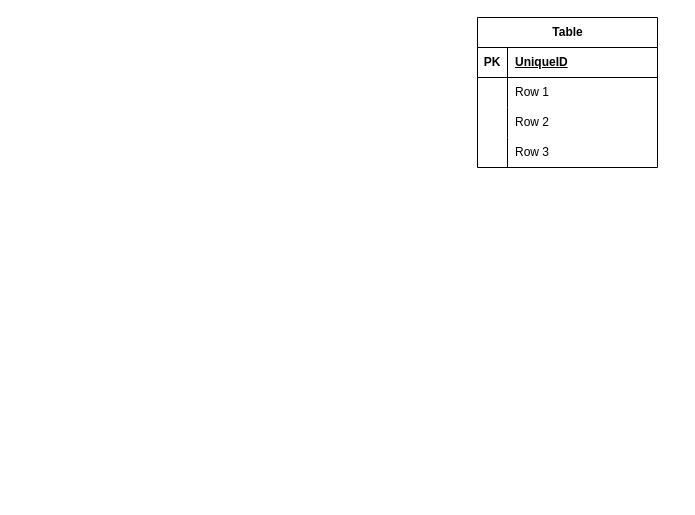
Above: Untitled Diagram.drawio in AKA-RONY/E-commerce_Data-Model (draw.io), before the change. Source tidied: cells renumbered, new cells numbered last; positions are measured from the earlier drawing's top-left corner, leaving out a move shared by most shapes. Both pictures are drawn from the tidied source at 100%, with x=0, y=0 at pixel (477, 17).
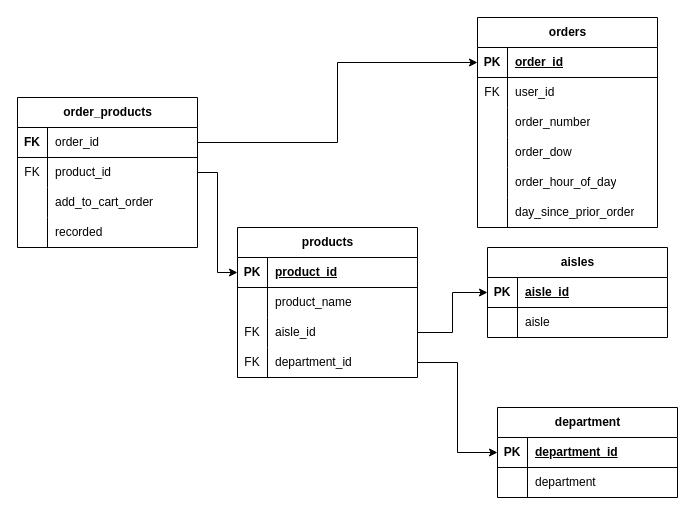
The same diagram, later.

The change refers to these unchanged cells:
```xml
<mxCell id="3" style="shape=tableRow;horizontal=0;startSize=0;swimlaneHead=0;swimlaneBody=0;fillColor=none;points=[[0,0.5],[1,0.5]];portConstraint=eastwest;top=0;left=0;right=0;bottom=1;" parent="2" vertex="1">
  <mxGeometry y="30" width="180" height="30" as="geometry" />
</mxCell>
<mxCell id="6" style="shape=tableRow;horizontal=0;startSize=0;swimlaneHead=0;swimlaneBody=0;fillColor=none;top=0;left=0;right=0;bottom=0;" parent="2" vertex="1">
  <mxGeometry y="60" width="180" height="30" as="geometry" />
</mxCell>
<mxCell id="9" style="shape=tableRow;horizontal=0;startSize=0;swimlaneHead=0;swimlaneBody=0;fillColor=none;top=0;left=0;right=0;bottom=0;" parent="2" vertex="1">
  <mxGeometry y="90" width="180" height="30" as="geometry" />
</mxCell>
<mxCell id="12" style="shape=tableRow;horizontal=0;startSize=0;swimlaneHead=0;swimlaneBody=0;fillColor=none;top=0;left=0;right=0;bottom=0;" parent="2" vertex="1">
  <mxGeometry y="120" width="180" height="30" as="geometry" />
</mxCell>
```

Diff of the diagram source:
```diff
@@
-    <mxCell id="2" value="Table" style="shape=table;startSize=30;childLayout=tableLayout;rowLines=0;fontStyle=1;align=center;html=1;" parent="1" vertex="1">
-      <mxGeometry width="180" height="150" as="geometry" />
+    <mxCell id="2" value="orders" style="shape=table;startSize=30;childLayout=tableLayout;rowLines=0;fontStyle=1;align=center;html=1;" parent="1" vertex="1">
+      <mxGeometry width="180" height="210" as="geometry" />
     </mxCell>
@@
-    <mxCell id="5" value="UniqueID" style="shape=partialRectangle;fillColor=none;top=0;left=0;bottom=0;right=0;align=left;spacingLeft=6;fontStyle=5;overflow=hidden;whiteSpace=wrap;html=1;" parent="3" vertex="1">
+    <mxCell id="5" value="order_id" style="shape=partialRectangle;fillColor=none;top=0;left=0;bottom=0;right=0;align=left;spacingLeft=6;fontStyle=5;overflow=hidden;whiteSpace=wrap;html=1;" parent="3" vertex="1">
       <mxGeometry x="30" width="150" height="30" as="geometry" />
     </mxCell>
@@
-    <mxCell id="7" style="shape=partialRectangle;fillColor=none;top=0;left=0;bottom=0;right=0;overflow=hidden;whiteSpace=wrap;html=1;" parent="6" vertex="1">
+    <mxCell id="7" value="FK" style="shape=partialRectangle;fillColor=none;top=0;left=0;bottom=0;right=0;overflow=hidden;whiteSpace=wrap;html=1;" parent="6" vertex="1">
       <mxGeometry width="30" height="30" as="geometry" />
     </mxCell>
-    <mxCell id="8" value="Row 1" style="shape=partialRectangle;fillColor=none;top=0;left=0;bottom=0;right=0;align=left;spacingLeft=6;overflow=hidden;whiteSpace=wrap;html=1;" parent="6" vertex="1">
+    <mxCell id="8" value="user_id" style="shape=partialRectangle;fillColor=none;top=0;left=0;bottom=0;right=0;align=left;spacingLeft=6;overflow=hidden;whiteSpace=wrap;html=1;" parent="6" vertex="1">
       <mxGeometry x="30" width="150" height="30" as="geometry" />
     </mxCell>
@@
-    <mxCell id="11" value="Row 2" style="shape=partialRectangle;fillColor=none;top=0;left=0;bottom=0;right=0;align=left;spacingLeft=6;overflow=hidden;whiteSpace=wrap;html=1;" parent="9" vertex="1">
+    <mxCell id="11" value="order_number" style="shape=partialRectangle;fillColor=none;top=0;left=0;bottom=0;right=0;align=left;spacingLeft=6;overflow=hidden;whiteSpace=wrap;html=1;" parent="9" vertex="1">
       <mxGeometry x="30" width="150" height="30" as="geometry" />
     </mxCell>
@@
-    <mxCell id="14" value="Row 3" style="shape=partialRectangle;fillColor=none;top=0;left=0;bottom=0;right=0;align=left;spacingLeft=6;overflow=hidden;whiteSpace=wrap;html=1;" parent="12" vertex="1">
+    <mxCell id="14" value="order_dow" style="shape=partialRectangle;fillColor=none;top=0;left=0;bottom=0;right=0;align=left;spacingLeft=6;overflow=hidden;whiteSpace=wrap;html=1;" parent="12" vertex="1">
       <mxGeometry x="30" width="150" height="30" as="geometry" />
     </mxCell>
+    <mxCell id="15" style="shape=tableRow;horizontal=0;startSize=0;swimlaneHead=0;swimlaneBody=0;fillColor=none;top=0;left=0;right=0;bottom=0;" parent="2" vertex="1">
+      <mxGeometry y="150" width="180" height="30" as="geometry" />
+    </mxCell>
+    <mxCell id="16" style="shape=partialRectangle;fillColor=none;top=0;left=0;bottom=0;right=0;overflow=hidden;whiteSpace=wrap;html=1;" parent="15" vertex="1">
+      <mxGeometry width="30" height="30" as="geometry" />
+    </mxCell>
+    <mxCell id="17" value="order_hour_of_day" style="shape=partialRectangle;fillColor=none;top=0;left=0;bottom=0;right=0;align=left;spacingLeft=6;overflow=hidden;whiteSpace=wrap;html=1;" parent="15" vertex="1">
+      <mxGeometry x="30" width="150" height="30" as="geometry" />
+    </mxCell>
+    <mxCell id="18" style="shape=tableRow;horizontal=0;startSize=0;swimlaneHead=0;swimlaneBody=0;fillColor=none;top=0;left=0;right=0;bottom=0;" parent="2" vertex="1">
+      <mxGeometry y="180" width="180" height="30" as="geometry" />
+    </mxCell>
+    <mxCell id="19" style="shape=partialRectangle;fillColor=none;top=0;left=0;bottom=0;right=0;overflow=hidden;whiteSpace=wrap;html=1;" parent="18" vertex="1">
+      <mxGeometry width="30" height="30" as="geometry" />
+    </mxCell>
+    <mxCell id="20" value="day_since_prior_order" style="shape=partialRectangle;fillColor=none;top=0;left=0;bottom=0;right=0;align=left;spacingLeft=6;overflow=hidden;whiteSpace=wrap;html=1;" parent="18" vertex="1">
+      <mxGeometry x="30" width="150" height="30" as="geometry" />
+    </mxCell>
+    <mxCell id="21" value="department" style="shape=table;startSize=30;childLayout=tableLayout;rowLines=0;fontStyle=1;align=center;html=1;" parent="1" vertex="1">
+      <mxGeometry x="20" y="390" width="180" height="90" as="geometry" />
+    </mxCell>
+    <mxCell id="22" style="shape=tableRow;horizontal=0;startSize=0;swimlaneHead=0;swimlaneBody=0;fillColor=none;top=0;left=0;right=0;bottom=1;" parent="21" vertex="1">
+      <mxGeometry y="30" width="180" height="30" as="geometry" />
+    </mxCell>
+    <mxCell id="23" value="PK" style="shape=partialRectangle;fillColor=none;top=0;left=0;bottom=0;right=0;fontStyle=1;overflow=hidden;whiteSpace=wrap;html=1;" parent="22" vertex="1">
+      <mxGeometry width="30" height="30" as="geometry" />
+    </mxCell>
+    <mxCell id="24" value="department_id" style="shape=partialRectangle;fillColor=none;top=0;left=0;bottom=0;right=0;align=left;spacingLeft=6;fontStyle=5;overflow=hidden;whiteSpace=wrap;html=1;" parent="22" vertex="1">
+      <mxGeometry x="30" width="150" height="30" as="geometry" />
+    </mxCell>
+    <mxCell id="25" style="shape=tableRow;horizontal=0;startSize=0;swimlaneHead=0;swimlaneBody=0;fillColor=none;top=0;left=0;right=0;bottom=0;" parent="21" vertex="1">
+      <mxGeometry y="60" width="180" height="30" as="geometry" />
+    </mxCell>
+    <mxCell id="26" style="shape=partialRectangle;fillColor=none;top=0;left=0;bottom=0;right=0;overflow=hidden;whiteSpace=wrap;html=1;" parent="25" vertex="1">
+      <mxGeometry width="30" height="30" as="geometry" />
+    </mxCell>
+    <mxCell id="27" value="department" style="shape=partialRectangle;fillColor=none;top=0;left=0;bottom=0;right=0;align=left;spacingLeft=6;overflow=hidden;whiteSpace=wrap;html=1;" parent="25" vertex="1">
+      <mxGeometry x="30" width="150" height="30" as="geometry" />
+    </mxCell>
+    <mxCell id="28" value="order_products" style="shape=table;startSize=30;childLayout=tableLayout;rowLines=0;fontStyle=1;align=center;html=1;" parent="1" vertex="1">
+      <mxGeometry x="-460" y="80" width="180" height="150" as="geometry" />
+    </mxCell>
+    <mxCell id="29" style="shape=tableRow;horizontal=0;startSize=0;swimlaneHead=0;swimlaneBody=0;fillColor=none;points=[[0,0.5],[1,0.5]];portConstraint=eastwest;top=0;left=0;right=0;bottom=1;strokeColor=default;align=center;fontStyle=0;" parent="28" vertex="1">
+      <mxGeometry y="30" width="180" height="30" as="geometry" />
+    </mxCell>
+    <mxCell id="30" value="FK" style="shape=partialRectangle;fillColor=none;top=0;left=0;bottom=0;right=0;fontStyle=1;overflow=hidden;whiteSpace=wrap;html=1;" parent="29" vertex="1">
+      <mxGeometry width="30" height="30" as="geometry" />
+    </mxCell>
+    <mxCell id="31" value="order_id" style="shape=partialRectangle;fillColor=none;top=0;left=0;bottom=0;right=0;align=left;spacingLeft=6;overflow=hidden;whiteSpace=wrap;html=1;" parent="29" vertex="1">
+      <mxGeometry x="30" width="150" height="30" as="geometry" />
+    </mxCell>
+    <mxCell id="32" style="shape=tableRow;horizontal=0;startSize=0;swimlaneHead=0;swimlaneBody=0;fillColor=none;points=[[0,0.5],[1,0.5]];portConstraint=eastwest;top=0;left=0;right=0;bottom=0;" parent="28" vertex="1">
+      <mxGeometry y="60" width="180" height="30" as="geometry" />
+    </mxCell>
+    <mxCell id="33" value="FK" style="shape=partialRectangle;fillColor=none;top=0;left=0;bottom=0;right=0;overflow=hidden;whiteSpace=wrap;html=1;" parent="32" vertex="1">
+      <mxGeometry width="30" height="30" as="geometry" />
+    </mxCell>
+    <mxCell id="34" value="product_id" style="shape=partialRectangle;fillColor=none;top=0;left=0;bottom=0;right=0;align=left;spacingLeft=6;overflow=hidden;whiteSpace=wrap;html=1;" parent="32" vertex="1">
+      <mxGeometry x="30" width="150" height="30" as="geometry" />
+    </mxCell>
+    <mxCell id="35" style="shape=tableRow;horizontal=0;startSize=0;swimlaneHead=0;swimlaneBody=0;fillColor=none;top=0;left=0;right=0;bottom=0;" parent="28" vertex="1">
+      <mxGeometry y="90" width="180" height="30" as="geometry" />
+    </mxCell>
+    <mxCell id="36" style="shape=partialRectangle;fillColor=none;top=0;left=0;bottom=0;right=0;overflow=hidden;whiteSpace=wrap;html=1;" parent="35" vertex="1">
+      <mxGeometry width="30" height="30" as="geometry" />
+    </mxCell>
+    <mxCell id="37" value="add_to_cart_order" style="shape=partialRectangle;fillColor=none;top=0;left=0;bottom=0;right=0;align=left;spacingLeft=6;overflow=hidden;whiteSpace=wrap;html=1;" parent="35" vertex="1">
+      <mxGeometry x="30" width="150" height="30" as="geometry" />
+    </mxCell>
+    <mxCell id="38" style="shape=tableRow;horizontal=0;startSize=0;swimlaneHead=0;swimlaneBody=0;fillColor=none;top=0;left=0;right=0;bottom=0;" parent="28" vertex="1">
+      <mxGeometry y="120" width="180" height="30" as="geometry" />
+    </mxCell>
+    <mxCell id="39" style="shape=partialRectangle;fillColor=none;top=0;left=0;bottom=0;right=0;overflow=hidden;whiteSpace=wrap;html=1;" parent="38" vertex="1">
+      <mxGeometry width="30" height="30" as="geometry" />
+    </mxCell>
+    <mxCell id="40" value="recorded" style="shape=partialRectangle;fillColor=none;top=0;left=0;bottom=0;right=0;align=left;spacingLeft=6;overflow=hidden;whiteSpace=wrap;html=1;" parent="38" vertex="1">
+      <mxGeometry x="30" width="150" height="30" as="geometry" />
+    </mxCell>
+    <mxCell id="41" value="aisles" style="shape=table;startSize=30;childLayout=tableLayout;rowLines=0;fontStyle=1;align=center;html=1;" parent="1" vertex="1">
+      <mxGeometry x="10" y="230" width="180" height="90" as="geometry" />
+    </mxCell>
+    <mxCell id="42" style="shape=tableRow;horizontal=0;startSize=0;swimlaneHead=0;swimlaneBody=0;fillColor=none;points=[[0,0.5],[1,0.5]];portConstraint=eastwest;top=0;left=0;right=0;bottom=1;" parent="41" vertex="1">
+      <mxGeometry y="30" width="180" height="30" as="geometry" />
+    </mxCell>
+    <mxCell id="43" value="PK" style="shape=partialRectangle;fillColor=none;top=0;left=0;bottom=0;right=0;fontStyle=1;overflow=hidden;whiteSpace=wrap;html=1;" parent="42" vertex="1">
+      <mxGeometry width="30" height="30" as="geometry" />
+    </mxCell>
+    <mxCell id="44" value="aisle_id" style="shape=partialRectangle;fillColor=none;top=0;left=0;bottom=0;right=0;align=left;spacingLeft=6;fontStyle=5;overflow=hidden;whiteSpace=wrap;html=1;" parent="42" vertex="1">
+      <mxGeometry x="30" width="150" height="30" as="geometry" />
+    </mxCell>
+    <mxCell id="45" style="shape=tableRow;horizontal=0;startSize=0;swimlaneHead=0;swimlaneBody=0;fillColor=none;top=0;left=0;right=0;bottom=0;" parent="41" vertex="1">
+      <mxGeometry y="60" width="180" height="30" as="geometry" />
+    </mxCell>
+    <mxCell id="46" style="shape=partialRectangle;fillColor=none;top=0;left=0;bottom=0;right=0;overflow=hidden;whiteSpace=wrap;html=1;" parent="45" vertex="1">
+      <mxGeometry width="30" height="30" as="geometry" />
+    </mxCell>
+    <mxCell id="47" value="aisle" style="shape=partialRectangle;fillColor=none;top=0;left=0;bottom=0;right=0;align=left;spacingLeft=6;overflow=hidden;whiteSpace=wrap;html=1;" parent="45" vertex="1">
+      <mxGeometry x="30" width="150" height="30" as="geometry" />
+    </mxCell>
+    <mxCell id="48" value="products" style="shape=table;startSize=30;childLayout=tableLayout;rowLines=0;fontStyle=1;align=center;html=1;" parent="1" vertex="1">
+      <mxGeometry x="-240" y="210" width="180" height="150" as="geometry" />
+    </mxCell>
+    <mxCell id="49" style="shape=tableRow;horizontal=0;startSize=0;swimlaneHead=0;swimlaneBody=0;fillColor=none;points=[[0,0.5],[1,0.5]];portConstraint=eastwest;top=0;left=0;right=0;bottom=1;" parent="48" vertex="1">
+      <mxGeometry y="30" width="180" height="30" as="geometry" />
+    </mxCell>
+    <mxCell id="50" value="PK" style="shape=partialRectangle;fillColor=none;top=0;left=0;bottom=0;right=0;fontStyle=1;overflow=hidden;whiteSpace=wrap;html=1;" parent="49" vertex="1">
+      <mxGeometry width="30" height="30" as="geometry" />
+    </mxCell>
+    <mxCell id="51" value="product_id" style="shape=partialRectangle;fillColor=none;top=0;left=0;bottom=0;right=0;align=left;spacingLeft=6;fontStyle=5;overflow=hidden;whiteSpace=wrap;html=1;" parent="49" vertex="1">
+      <mxGeometry x="30" width="150" height="30" as="geometry" />
+    </mxCell>
+    <mxCell id="52" style="shape=tableRow;horizontal=0;startSize=0;swimlaneHead=0;swimlaneBody=0;fillColor=none;top=0;left=0;right=0;bottom=0;" parent="48" vertex="1">
+      <mxGeometry y="60" width="180" height="30" as="geometry" />
+    </mxCell>
+    <mxCell id="53" style="shape=partialRectangle;fillColor=none;top=0;left=0;bottom=0;right=0;overflow=hidden;whiteSpace=wrap;html=1;" parent="52" vertex="1">
+      <mxGeometry width="30" height="30" as="geometry" />
+    </mxCell>
+    <mxCell id="54" value="product_name" style="shape=partialRectangle;fillColor=none;top=0;left=0;bottom=0;right=0;align=left;spacingLeft=6;overflow=hidden;whiteSpace=wrap;html=1;" parent="52" vertex="1">
+      <mxGeometry x="30" width="150" height="30" as="geometry" />
+    </mxCell>
+    <mxCell id="55" style="shape=tableRow;horizontal=0;startSize=0;swimlaneHead=0;swimlaneBody=0;fillColor=none;points=[[0,0.5],[1,0.5]];portConstraint=eastwest;top=0;left=0;right=0;bottom=0;" parent="48" vertex="1">
+      <mxGeometry y="90" width="180" height="30" as="geometry" />
+    </mxCell>
+    <mxCell id="56" value="FK" style="shape=partialRectangle;fillColor=none;top=0;left=0;bottom=0;right=0;overflow=hidden;whiteSpace=wrap;html=1;" parent="55" vertex="1">
+      <mxGeometry width="30" height="30" as="geometry" />
+    </mxCell>
+    <mxCell id="57" value="aisle_id" style="shape=partialRectangle;fillColor=none;top=0;left=0;bottom=0;right=0;align=left;spacingLeft=6;overflow=hidden;whiteSpace=wrap;html=1;" parent="55" vertex="1">
+      <mxGeometry x="30" width="150" height="30" as="geometry" />
+    </mxCell>
+    <mxCell id="58" style="shape=tableRow;horizontal=0;startSize=0;swimlaneHead=0;swimlaneBody=0;fillColor=none;points=[[0,0.5],[1,0.5]];portConstraint=eastwest;top=0;left=0;right=0;bottom=0;" parent="48" vertex="1">
+      <mxGeometry y="120" width="180" height="30" as="geometry" />
+    </mxCell>
+    <mxCell id="59" value="FK" style="shape=partialRectangle;fillColor=none;top=0;left=0;bottom=0;right=0;overflow=hidden;whiteSpace=wrap;html=1;" parent="58" vertex="1">
+      <mxGeometry width="30" height="30" as="geometry" />
+    </mxCell>
+    <mxCell id="60" value="department_id" style="shape=partialRectangle;fillColor=none;top=0;left=0;bottom=0;right=0;align=left;spacingLeft=6;overflow=hidden;whiteSpace=wrap;html=1;" parent="58" vertex="1">
+      <mxGeometry x="30" width="150" height="30" as="geometry" />
+    </mxCell>
+    <mxCell id="61" style="edgeStyle=orthogonalEdgeStyle;rounded=0;jettySize=auto;html=1;entryX=0;entryY=0.5;entryDx=0;entryDy=0;" parent="1" edge="1" source="29" target="3">
+      <mxGeometry relative="1" as="geometry" />
+    </mxCell>
+    <mxCell id="62" style="edgeStyle=orthogonalEdgeStyle;rounded=0;jettySize=auto;html=1;entryX=0;entryY=0.5;entryDx=0;entryDy=0;" parent="1" edge="1" source="32" target="49">
+      <mxGeometry relative="1" as="geometry" />
+    </mxCell>
+    <mxCell id="63" style="edgeStyle=orthogonalEdgeStyle;rounded=0;jettySize=auto;html=1;entryX=0;entryY=0.5;entryDx=0;entryDy=0;" parent="1" edge="1" source="58" target="21">
+      <mxGeometry relative="1" as="geometry" />
+    </mxCell>
+    <mxCell id="64" style="edgeStyle=orthogonalEdgeStyle;rounded=0;jettySize=auto;html=1;entryX=0;entryY=0.5;entryDx=0;entryDy=0;" parent="1" edge="1" source="55" target="42">
+      <mxGeometry relative="1" as="geometry" />
+    </mxCell>
```
